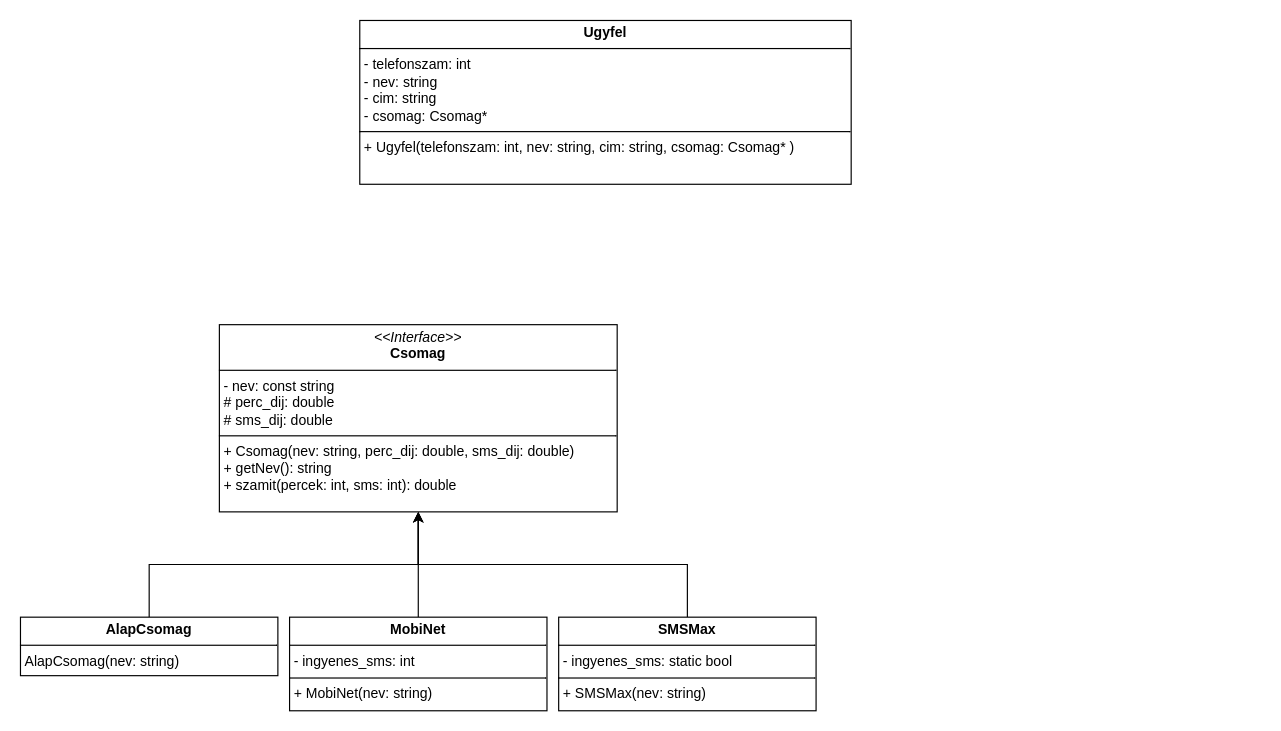
This is Megnevezetlen diagram.drawio from cedrus0708/mobil_szolgaltato, a draw.io file, before an edit. Source tidied: cells renumbered, new cells numbered last; positions are measured from the earlier drawing's top-left corner, leaving out a move shared by most shapes. Both pictures are drawn from the tidied source at 117%, with x=0, y=0 at pixel (20, 20).
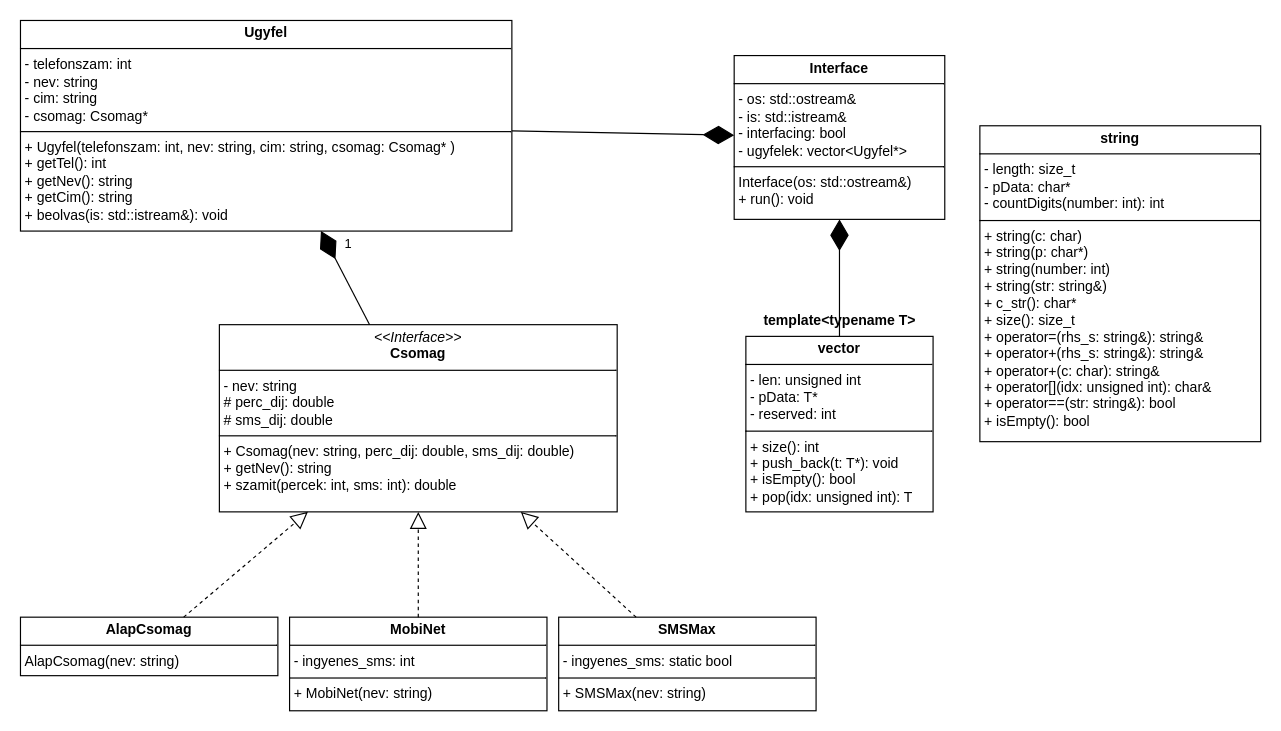
After the change.

Diff of the diagram source:
```diff
@@
 <mxGraphModel>
   <root>
     <mxCell id="0" />
     <mxCell id="1" parent="0" />
-    <mxCell id="2" style="edgeStyle=orthogonalEdgeStyle;rounded=0;jettySize=auto;html=1;exitX=0.5;exitY=0;exitDx=0;exitDy=0;" parent="1" edge="1" source="3" target="4">
-      <mxGeometry relative="1" as="geometry" />
-    </mxCell>
     <mxCell id="3" value="&lt;p style=&quot;margin:0px;margin-top:4px;text-align:center;&quot;&gt;&lt;b&gt;AlapCsomag&lt;/b&gt;&lt;/p&gt;&lt;hr size=&quot;1&quot; style=&quot;border-style:solid;&quot;&gt;&lt;p style=&quot;margin:0px;margin-left:4px;&quot;&gt;&lt;/p&gt;&lt;p style=&quot;margin:0px;margin-left:4px;&quot;&gt;AlapCsomag(nev: string)&lt;/p&gt;" style="verticalAlign=top;align=left;overflow=fill;html=1;whiteSpace=wrap;" parent="1" vertex="1">
       <mxGeometry y="510" width="220" height="50" as="geometry" />
     </mxCell>
-    <mxCell id="4" value="&lt;p style=&quot;margin:0px;margin-top:4px;text-align:center;&quot;&gt;&lt;i&gt;&amp;lt;&amp;lt;Interface&amp;gt;&amp;gt;&lt;/i&gt;&lt;br&gt;&lt;b&gt;Csomag&lt;/b&gt;&lt;/p&gt;&lt;hr size=&quot;1&quot; style=&quot;border-style:solid;&quot;&gt;&lt;p style=&quot;margin: 0px 0px 0px 4px;&quot;&gt;- nev: const string&lt;/p&gt;&lt;p style=&quot;margin: 0px 0px 0px 4px;&quot;&gt;# perc_dij: double&lt;/p&gt;&lt;p style=&quot;margin: 0px 0px 0px 4px;&quot;&gt;# sms_dij: double&lt;/p&gt;&lt;hr size=&quot;1&quot; style=&quot;border-style:solid;&quot;&gt;&lt;p style=&quot;margin:0px;margin-left:4px;&quot;&gt;+ Csomag(nev: string, perc_dij: double, sms_dij: double)&lt;/p&gt;&lt;p style=&quot;margin:0px;margin-left:4px;&quot;&gt;+ getNev(): string&lt;br&gt;+&amp;nbsp;&lt;span style=&quot;background-color: initial;&quot;&gt;szamit(percek: int, sms: int): double&lt;/span&gt;&lt;/p&gt;" style="verticalAlign=top;align=left;overflow=fill;html=1;whiteSpace=wrap;" parent="1" vertex="1">
+    <mxCell id="4" value="&lt;p style=&quot;margin:0px;margin-top:4px;text-align:center;&quot;&gt;&lt;i&gt;&amp;lt;&amp;lt;Interface&amp;gt;&amp;gt;&lt;/i&gt;&lt;br&gt;&lt;b&gt;Csomag&lt;/b&gt;&lt;/p&gt;&lt;hr size=&quot;1&quot; style=&quot;border-style:solid;&quot;&gt;&lt;p style=&quot;margin: 0px 0px 0px 4px;&quot;&gt;- nev: string&lt;/p&gt;&lt;p style=&quot;margin: 0px 0px 0px 4px;&quot;&gt;# perc_dij: double&lt;/p&gt;&lt;p style=&quot;margin: 0px 0px 0px 4px;&quot;&gt;# sms_dij: double&lt;/p&gt;&lt;hr size=&quot;1&quot; style=&quot;border-style:solid;&quot;&gt;&lt;p style=&quot;margin:0px;margin-left:4px;&quot;&gt;+ Csomag(nev: string, perc_dij: double, sms_dij: double)&lt;/p&gt;&lt;p style=&quot;margin:0px;margin-left:4px;&quot;&gt;+ getNev(): string&lt;br&gt;+&amp;nbsp;&lt;span style=&quot;background-color: initial;&quot;&gt;szamit(percek: int, sms: int): double&lt;/span&gt;&lt;/p&gt;" style="verticalAlign=top;align=left;overflow=fill;html=1;whiteSpace=wrap;" parent="1" vertex="1">
       <mxGeometry x="170" y="260" width="340" height="160" as="geometry" />
     </mxCell>
-    <mxCell id="5" style="edgeStyle=orthogonalEdgeStyle;rounded=0;jettySize=auto;html=1;exitX=0.5;exitY=0;exitDx=0;exitDy=0;" parent="1" edge="1" source="6" target="4">
-      <mxGeometry relative="1" as="geometry" />
-    </mxCell>
     <mxCell id="6" value="&lt;p style=&quot;margin:0px;margin-top:4px;text-align:center;&quot;&gt;&lt;b&gt;MobiNet&lt;/b&gt;&lt;/p&gt;&lt;hr size=&quot;1&quot; style=&quot;border-style:solid;&quot;&gt;&lt;p style=&quot;margin:0px;margin-left:4px;&quot;&gt;- ingyenes_sms: int&lt;/p&gt;&lt;hr size=&quot;1&quot; style=&quot;border-style:solid;&quot;&gt;&lt;p style=&quot;margin:0px;margin-left:4px;&quot;&gt;&lt;span style=&quot;background-color: initial;&quot;&gt;+ MobiNet(nev: string)&lt;/span&gt;&lt;br&gt;&lt;/p&gt;" style="verticalAlign=top;align=left;overflow=fill;html=1;whiteSpace=wrap;" parent="1" vertex="1">
       <mxGeometry x="230" y="510" width="220" height="80" as="geometry" />
     </mxCell>
-    <mxCell id="7" style="edgeStyle=orthogonalEdgeStyle;rounded=0;jettySize=auto;html=1;exitX=0.5;exitY=0;exitDx=0;exitDy=0;" parent="1" edge="1" source="8" target="4">
-      <mxGeometry relative="1" as="geometry" />
-    </mxCell>
     <mxCell id="8" value="&lt;p style=&quot;margin:0px;margin-top:4px;text-align:center;&quot;&gt;&lt;b&gt;SMSMax&lt;/b&gt;&lt;br&gt;&lt;/p&gt;&lt;hr size=&quot;1&quot; style=&quot;border-style:solid;&quot;&gt;&lt;p style=&quot;margin:0px;margin-left:4px;&quot;&gt;- ingyenes_sms: static bool&lt;/p&gt;&lt;hr size=&quot;1&quot; style=&quot;border-style:solid;&quot;&gt;&lt;p style=&quot;margin:0px;margin-left:4px;&quot;&gt;&lt;span style=&quot;background-color: initial;&quot;&gt;+ SMSMax(nev: string)&lt;/span&gt;&lt;br&gt;&lt;/p&gt;" style="verticalAlign=top;align=left;overflow=fill;html=1;whiteSpace=wrap;" parent="1" vertex="1">
       <mxGeometry x="460" y="510" width="220" height="80" as="geometry" />
     </mxCell>
-    <mxCell id="9" value="&lt;p style=&quot;margin:0px;margin-top:4px;text-align:center;&quot;&gt;&lt;b&gt;Ugyfel&lt;/b&gt;&lt;/p&gt;&lt;hr size=&quot;1&quot; style=&quot;border-style:solid;&quot;&gt;&lt;p style=&quot;margin:0px;margin-left:4px;&quot;&gt;- telefonszam: int&lt;/p&gt;&lt;p style=&quot;margin:0px;margin-left:4px;&quot;&gt;- nev: string&lt;/p&gt;&lt;p style=&quot;margin:0px;margin-left:4px;&quot;&gt;- cim: string&lt;/p&gt;&lt;p style=&quot;margin:0px;margin-left:4px;&quot;&gt;- csomag: Csomag*&lt;/p&gt;&lt;hr size=&quot;1&quot; style=&quot;border-style:solid;&quot;&gt;&lt;p style=&quot;margin:0px;margin-left:4px;&quot;&gt;+ Ugyfel(telefonszam: int, nev: string, cim: string, csomag: Csomag* )&lt;/p&gt;" style="verticalAlign=top;align=left;overflow=fill;html=1;whiteSpace=wrap;" parent="1" vertex="1">
-      <mxGeometry x="290" width="420" height="140" as="geometry" />
+    <mxCell id="9" value="&lt;p style=&quot;margin:0px;margin-top:4px;text-align:center;&quot;&gt;&lt;b&gt;Ugyfel&lt;/b&gt;&lt;/p&gt;&lt;hr size=&quot;1&quot; style=&quot;border-style:solid;&quot;&gt;&lt;p style=&quot;margin:0px;margin-left:4px;&quot;&gt;- telefonszam: int&lt;/p&gt;&lt;p style=&quot;margin:0px;margin-left:4px;&quot;&gt;- nev: string&lt;/p&gt;&lt;p style=&quot;margin:0px;margin-left:4px;&quot;&gt;- cim: string&lt;/p&gt;&lt;p style=&quot;margin:0px;margin-left:4px;&quot;&gt;- csomag: Csomag*&lt;/p&gt;&lt;hr size=&quot;1&quot; style=&quot;border-style:solid;&quot;&gt;&lt;p style=&quot;margin:0px;margin-left:4px;&quot;&gt;+ Ugyfel(telefonszam: int, nev: string, cim: string, csomag: Csomag* )&lt;/p&gt;&lt;p style=&quot;margin:0px;margin-left:4px;&quot;&gt;+ getTel(): int&lt;/p&gt;&lt;p style=&quot;margin:0px;margin-left:4px;&quot;&gt;+ getNev(): string&lt;/p&gt;&lt;p style=&quot;margin:0px;margin-left:4px;&quot;&gt;+ getCim(): string&lt;/p&gt;&lt;p style=&quot;margin:0px;margin-left:4px;&quot;&gt;+ beolvas(is: std::istream&amp;amp;): void&lt;/p&gt;" style="verticalAlign=top;align=left;overflow=fill;html=1;whiteSpace=wrap;" parent="1" vertex="1">
+      <mxGeometry width="420" height="180" as="geometry" />
     </mxCell>
+    <mxCell id="7" style="endArrow=block;dashed=1;endFill=0;endSize=12;html=1;rounded=0;" parent="1" edge="1" source="8" target="4">
+      <mxGeometry relative="1" as="geometry" />
+    </mxCell>
+    <mxCell id="5" style="endArrow=block;dashed=1;endFill=0;endSize=12;html=1;rounded=0;" parent="1" edge="1" source="6" target="4">
+      <mxGeometry relative="1" as="geometry" />
+    </mxCell>
+    <mxCell id="2" style="endArrow=block;dashed=1;endFill=0;endSize=12;html=1;rounded=0;" parent="1" edge="1" source="3" target="4">
+      <mxGeometry relative="1" as="geometry" />
+    </mxCell>
+    <mxCell id="10" value="&lt;p style=&quot;margin:0px;margin-top:4px;text-align:center;&quot;&gt;&lt;b&gt;Interface&lt;/b&gt;&lt;/p&gt;&lt;hr size=&quot;1&quot; style=&quot;border-style:solid;&quot;&gt;&lt;p style=&quot;margin:0px;margin-left:4px;&quot;&gt;- os: std::ostream&amp;amp;&lt;/p&gt;&lt;p style=&quot;margin:0px;margin-left:4px;&quot;&gt;- is: std::istream&amp;amp;&lt;/p&gt;&lt;p style=&quot;margin:0px;margin-left:4px;&quot;&gt;- interfacing: bool&lt;/p&gt;&lt;p style=&quot;margin:0px;margin-left:4px;&quot;&gt;- ugyfelek: vector&amp;lt;Ugyfel*&amp;gt;&lt;/p&gt;&lt;hr size=&quot;1&quot; style=&quot;border-style:solid;&quot;&gt;&lt;p style=&quot;margin:0px;margin-left:4px;&quot;&gt;Interface(os: std::ostream&amp;amp;)&lt;/p&gt;&lt;p style=&quot;margin:0px;margin-left:4px;&quot;&gt;+ run(): void&lt;/p&gt;&lt;p style=&quot;margin:0px;margin-left:4px;&quot;&gt;&lt;br&gt;&lt;/p&gt;" style="verticalAlign=top;align=left;overflow=fill;html=1;whiteSpace=wrap;" parent="1" vertex="1">
+      <mxGeometry x="610" y="30" width="180" height="140" as="geometry" />
+    </mxCell>
+    <mxCell id="11" value="&lt;p style=&quot;margin:0px;margin-top:4px;text-align:center;&quot;&gt;&lt;b&gt;string&lt;/b&gt;&lt;/p&gt;&lt;hr size=&quot;1&quot; style=&quot;border-style:solid;&quot;&gt;&lt;p style=&quot;margin:0px;margin-left:4px;&quot;&gt;- length: size_t&lt;/p&gt;&lt;p style=&quot;margin:0px;margin-left:4px;&quot;&gt;- pData: char*&lt;/p&gt;&lt;p style=&quot;margin:0px;margin-left:4px;&quot;&gt;- countDigits(number: int): int&lt;/p&gt;&lt;hr size=&quot;1&quot; style=&quot;border-style:solid;&quot;&gt;&lt;p style=&quot;margin:0px;margin-left:4px;&quot;&gt;+ string(c: char)&lt;/p&gt;&lt;p style=&quot;margin:0px;margin-left:4px;&quot;&gt;+ string(p: char*)&lt;/p&gt;&lt;p style=&quot;margin:0px;margin-left:4px;&quot;&gt;+ string(number: int)&lt;/p&gt;&lt;p style=&quot;margin:0px;margin-left:4px;&quot;&gt;+ string(str: string&amp;amp;)&lt;/p&gt;&lt;p style=&quot;margin:0px;margin-left:4px;&quot;&gt;+ c_str(): char*&lt;/p&gt;&lt;p style=&quot;margin:0px;margin-left:4px;&quot;&gt;+ size(): size_t&lt;/p&gt;&lt;p style=&quot;margin:0px;margin-left:4px;&quot;&gt;+ operator=(rhs_s: string&amp;amp;): string&amp;amp;&lt;/p&gt;&lt;p style=&quot;margin:0px;margin-left:4px;&quot;&gt;+ operator+(&lt;span style=&quot;background-color: initial;&quot;&gt;rhs_s: string&amp;amp;&lt;/span&gt;&lt;span style=&quot;background-color: initial;&quot;&gt;): string&amp;amp;&lt;/span&gt;&lt;/p&gt;&lt;p style=&quot;margin:0px;margin-left:4px;&quot;&gt;&lt;span style=&quot;background-color: initial;&quot;&gt;+&amp;nbsp;&lt;/span&gt;&lt;span style=&quot;background-color: initial;&quot;&gt;operator+(c: char&lt;/span&gt;&lt;span style=&quot;background-color: initial;&quot;&gt;): string&amp;amp;&lt;/span&gt;&lt;/p&gt;&lt;p style=&quot;margin:0px;margin-left:4px;&quot;&gt;&lt;span style=&quot;background-color: initial;&quot;&gt;+ operator[](idx: unsigned int): char&amp;amp;&lt;/span&gt;&lt;/p&gt;&lt;p style=&quot;margin:0px;margin-left:4px;&quot;&gt;+ operator==(str: string&amp;amp;): bool&lt;/p&gt;&lt;p style=&quot;margin:0px;margin-left:4px;&quot;&gt;+ isEmpty(): bool&lt;/p&gt;" style="verticalAlign=top;align=left;overflow=fill;html=1;whiteSpace=wrap;" parent="1" vertex="1">
+      <mxGeometry x="820" y="90" width="240" height="270" as="geometry" />
+    </mxCell>
+    <mxCell id="12" value="&lt;p style=&quot;margin:0px;margin-top:4px;text-align:center;&quot;&gt;&lt;b&gt;vector&lt;/b&gt;&lt;/p&gt;&lt;hr size=&quot;1&quot; style=&quot;border-style:solid;&quot;&gt;&lt;p style=&quot;margin:0px;margin-left:4px;&quot;&gt;- len: unsigned int&lt;/p&gt;&lt;p style=&quot;margin:0px;margin-left:4px;&quot;&gt;- pData: T*&lt;/p&gt;&lt;p style=&quot;margin:0px;margin-left:4px;&quot;&gt;- reserved: int&lt;/p&gt;&lt;hr size=&quot;1&quot; style=&quot;border-style:solid;&quot;&gt;&lt;p style=&quot;margin:0px;margin-left:4px;&quot;&gt;+ size(): int&lt;/p&gt;&lt;p style=&quot;margin:0px;margin-left:4px;&quot;&gt;+ push_back(t: T*): void&lt;/p&gt;&lt;p style=&quot;margin:0px;margin-left:4px;&quot;&gt;+ isEmpty(): bool&lt;/p&gt;&lt;p style=&quot;margin:0px;margin-left:4px;&quot;&gt;+ pop(idx: unsigned int): T&lt;/p&gt;" style="verticalAlign=top;align=left;overflow=fill;html=1;whiteSpace=wrap;" parent="1" vertex="1">
+      <mxGeometry x="620" y="270" width="160" height="150" as="geometry" />
+    </mxCell>
+    <mxCell id="13" style="endArrow=diamondThin;endFill=1;endSize=24;html=1;rounded=0;" parent="1" edge="1" source="12" target="10">
+      <mxGeometry relative="1" as="geometry" />
+    </mxCell>
+    <mxCell id="14" style="endArrow=diamondThin;endFill=1;endSize=24;html=1;rounded=0;" parent="1" edge="1" source="4" target="9">
+      <mxGeometry relative="1" as="geometry" />
+    </mxCell>
+    <mxCell id="15" value="1" style="edgeLabel;html=1;align=center;verticalAlign=middle;" parent="14" vertex="1">
+      <mxGeometry x="0.71" y="-2" relative="1" as="geometry">
+        <mxPoint x="15" as="offset" />
+      </mxGeometry>
+    </mxCell>
+    <mxCell id="16" style="endArrow=diamondThin;endFill=1;endSize=24;html=1;rounded=0;" parent="1" edge="1" source="9" target="10">
+      <mxGeometry relative="1" as="geometry" />
+    </mxCell>
+    <mxCell id="17" value="template&amp;lt;typename T&amp;gt;" style="text;align=center;fontStyle=1;verticalAlign=middle;spacingLeft=3;spacingRight=3;strokeColor=none;html=1;" parent="1" vertex="1">
+      <mxGeometry x="660" y="244" width="80" height="26" as="geometry" />
+    </mxCell>
   </root>
 </mxGraphModel>
```
